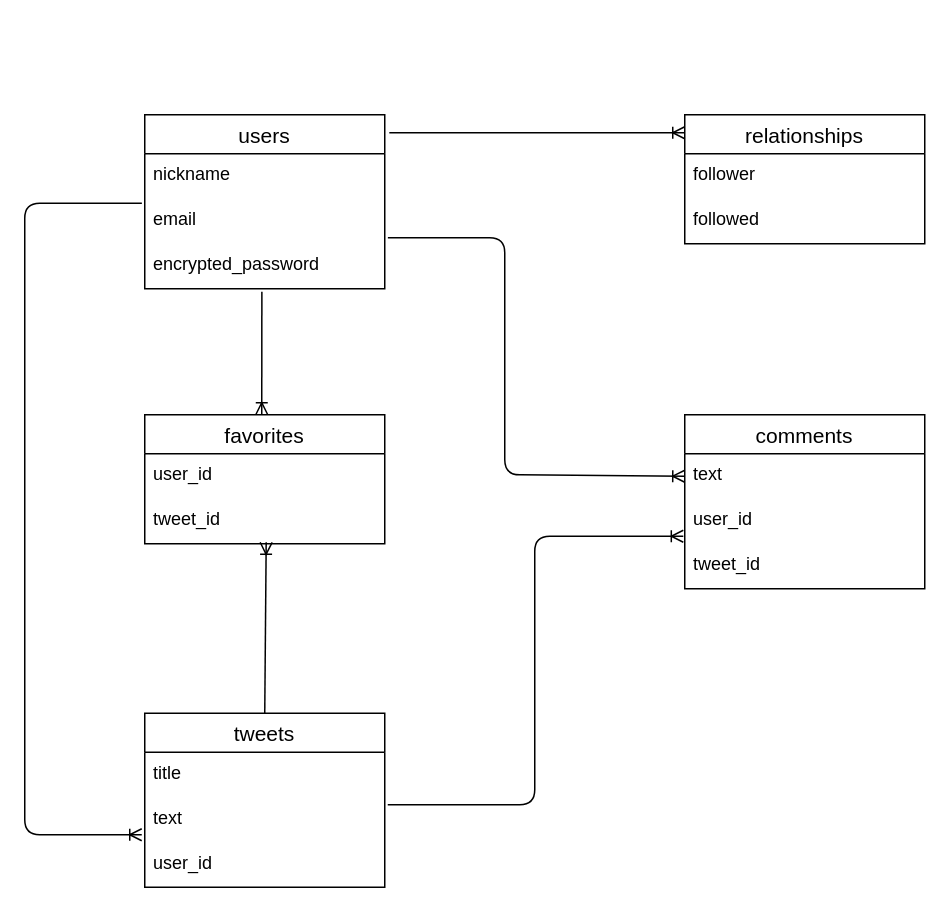
This is test.dio from naoki0811/record, a draw.io file, before an edit. Source tidied: cells renumbered, new cells numbered last; positions are measured from the earlier drawing's top-left corner, leaving out a move shared by most shapes. Both pictures are drawn from the tidied source at 150%, with x=0, y=0 at pixel (24, 114).
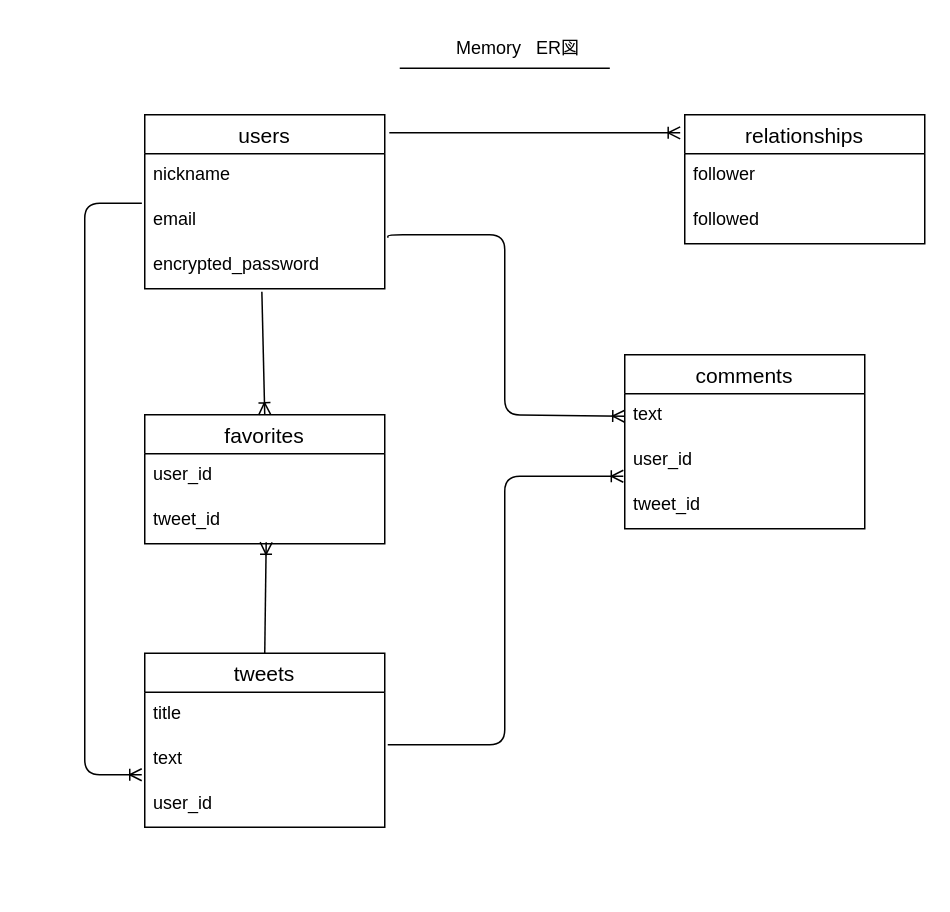
The same page after the edit.

Unchanged cells that the change refers to:
```xml
<mxCell id="2" value="users" style="swimlane;fontStyle=0;horizontal=1;startSize=26;align=center;fontSize=14;" parent="1" vertex="1">
  <mxGeometry x="80" width="160" height="116" as="geometry" />
</mxCell>
<mxCell id="3" value="nickname" style="text;strokeColor=none;fillColor=none;spacingLeft=4;spacingRight=4;overflow=hidden;points=[[0,0.5],[1,0.5]];portConstraint=eastwest;fontSize=12;" parent="2" vertex="1">
  <mxGeometry y="26" width="160" height="30" as="geometry" />
</mxCell>
<mxCell id="5" value="encrypted_password" style="text;strokeColor=none;fillColor=none;spacingLeft=4;spacingRight=4;overflow=hidden;points=[[0,0.5],[1,0.5]];portConstraint=eastwest;fontSize=12;" parent="2" vertex="1">
  <mxGeometry y="86" width="160" height="30" as="geometry" />
</mxCell>
<mxCell id="6" value="favorites" style="swimlane;fontStyle=0;horizontal=1;startSize=26;align=center;fontSize=14;" parent="1" vertex="1">
  <mxGeometry x="80" y="200" width="160" height="86" as="geometry" />
</mxCell>
<mxCell id="14" value="text" style="text;strokeColor=none;fillColor=none;spacingLeft=4;spacingRight=4;overflow=hidden;points=[[0,0.5],[1,0.5]];portConstraint=eastwest;fontSize=12;" parent="13" vertex="1">
  <mxGeometry y="26" width="160" height="30" as="geometry" />
</mxCell>
<mxCell id="15" value="user_id" style="text;strokeColor=none;fillColor=none;spacingLeft=4;spacingRight=4;overflow=hidden;points=[[0,0.5],[1,0.5]];portConstraint=eastwest;fontSize=12;" parent="13" vertex="1">
  <mxGeometry y="56" width="160" height="30" as="geometry" />
</mxCell>
<mxCell id="23" value="relationships" style="swimlane;fontStyle=0;horizontal=1;startSize=26;align=center;fontSize=14;" parent="1" vertex="1">
  <mxGeometry x="440" width="160" height="86" as="geometry" />
</mxCell>
```

Change to the diagram source:
```diff
@@
     <mxCell id="9" value="tweets" style="swimlane;fontStyle=0;horizontal=1;startSize=26;align=center;fontSize=14;" parent="1" vertex="1">
-      <mxGeometry x="80" y="399" width="160" height="116" as="geometry" />
+      <mxGeometry x="80" y="359" width="160" height="116" as="geometry" />
     </mxCell>
@@
     <mxCell id="13" value="comments" style="swimlane;fontStyle=0;horizontal=1;startSize=26;align=center;fontSize=14;" parent="1" vertex="1">
-      <mxGeometry x="440" y="200" width="160" height="116" as="geometry" />
+      <mxGeometry x="400" y="160" width="160" height="116" as="geometry" />
     </mxCell>
@@
     <mxCell id="17" style="fontSize=12;html=1;endArrow=ERoneToMany;edgeStyle=orthogonalEdgeStyle;exitX=-0.012;exitY=1.1;exitDx=0;exitDy=0;exitPerimeter=0;" parent="1" edge="1" source="3">
       <mxGeometry relative="1" as="geometry">
-        <mxPoint x="78" y="480" as="targetPoint" />
+        <mxPoint x="78" y="440" as="targetPoint" />
         <Array as="points">
-          <mxPoint y="59" />
-          <mxPoint y="480" />
+          <mxPoint x="40" y="59" />
+          <mxPoint x="40" y="440" />
         </Array>
       </mxGeometry>
     </mxCell>
-    <mxCell id="18" style="fontSize=12;html=1;endArrow=ERoneToMany;exitX=0.488;exitY=1.067;exitDx=0;exitDy=0;exitPerimeter=0;" parent="1" edge="1" source="5">
-      <mxGeometry relative="1" as="geometry">
-        <mxPoint x="158" y="200" as="targetPoint" />
-      </mxGeometry>
+    <mxCell id="18" style="fontSize=12;html=1;endArrow=ERoneToMany;exitX=0.488;exitY=1.067;exitDx=0;exitDy=0;exitPerimeter=0;entryX=0.5;entryY=0;entryDx=0;entryDy=0;" parent="1" edge="1" source="5" target="6">
+      <mxGeometry relative="1" as="geometry" />
     </mxCell>
     <mxCell id="19" style="fontSize=12;html=1;endArrow=ERoneToMany;exitX=1.013;exitY=-0.133;exitDx=0;exitDy=0;exitPerimeter=0;edgeStyle=orthogonalEdgeStyle;entryX=0;entryY=0.5;entryDx=0;entryDy=0;" parent="1" edge="1" source="5" target="14">
       <mxGeometry relative="1" as="geometry">
         <Array as="points">
-          <mxPoint x="320" y="82" />
-          <mxPoint x="320" y="240" />
+          <mxPoint x="242" y="80" />
+          <mxPoint x="320" y="80" />
+          <mxPoint x="320" y="200" />
         </Array>
       </mxGeometry>
     </mxCell>
     <mxCell id="20" style="fontSize=12;html=1;endArrow=ERoneToMany;entryX=-0.006;entryY=0.833;entryDx=0;entryDy=0;entryPerimeter=0;edgeStyle=orthogonalEdgeStyle;" parent="1" edge="1" target="15">
       <mxGeometry relative="1" as="geometry">
-        <mxPoint x="242" y="460" as="sourcePoint" />
+        <mxPoint x="242" y="420" as="sourcePoint" />
         <Array as="points">
-          <mxPoint x="242" y="460" />
-          <mxPoint x="340" y="460" />
-          <mxPoint x="340" y="281" />
+          <mxPoint x="320" y="420" />
+          <mxPoint x="320" y="241" />
         </Array>
       </mxGeometry>
     </mxCell>
@@
-    <mxCell id="22" style="edgeStyle=entityRelationEdgeStyle;fontSize=12;html=1;endArrow=ERoneToMany;exitX=1.019;exitY=0.103;exitDx=0;exitDy=0;exitPerimeter=0;" parent="1" edge="1" source="2">
-      <mxGeometry relative="1" as="geometry">
-        <mxPoint x="440" y="12" as="targetPoint" />
-      </mxGeometry>
+    <mxCell id="22" style="edgeStyle=entityRelationEdgeStyle;fontSize=12;html=1;endArrow=ERoneToMany;exitX=1.019;exitY=0.103;exitDx=0;exitDy=0;exitPerimeter=0;entryX=-0.019;entryY=0.14;entryDx=0;entryDy=0;entryPerimeter=0;" parent="1" edge="1" source="2" target="23">
+      <mxGeometry relative="1" as="geometry" />
     </mxCell>
@@
+    <mxCell id="26" style="shape=table;startSize=0;childLayout=tableLayout;rowLines=0;fontStyle=0;align=center;strokeColor=none;fillColor=none;" parent="1" vertex="1">
+      <mxGeometry x="250" y="-60" width="180" height="30" as="geometry" />
+    </mxCell>
+    <mxCell id="27" style="shape=partialRectangle;fillColor=none;top=0;left=0;bottom=0;right=0;points=[[0,0.5],[1,0.5]];portConstraint=eastwest;" parent="26" vertex="1">
+      <mxGeometry width="180" height="30" as="geometry" />
+    </mxCell>
+    <mxCell id="28" style="shape=partialRectangle;fillColor=none;top=0;left=0;bottom=0;right=0;fontStyle=0;overflow=hidden;" parent="27" vertex="1">
+      <mxGeometry width="30" height="30" as="geometry" />
+    </mxCell>
+    <mxCell id="29" value="Memory   ER図" style="shape=partialRectangle;fillColor=none;top=0;left=0;bottom=0;right=0;align=left;spacingLeft=6;fontStyle=0;overflow=hidden;" parent="27" vertex="1">
+      <mxGeometry x="30" width="150" height="30" as="geometry" />
+    </mxCell>
+    <mxCell id="30" style="endArrow=none;html=1;rounded=0;entryX=0.778;entryY=0.967;entryDx=0;entryDy=0;entryPerimeter=0;exitX=0;exitY=0.967;exitDx=0;exitDy=0;exitPerimeter=0;" parent="26" edge="1" source="27" target="27">
+      <mxGeometry relative="1" as="geometry" />
+    </mxCell>
```
